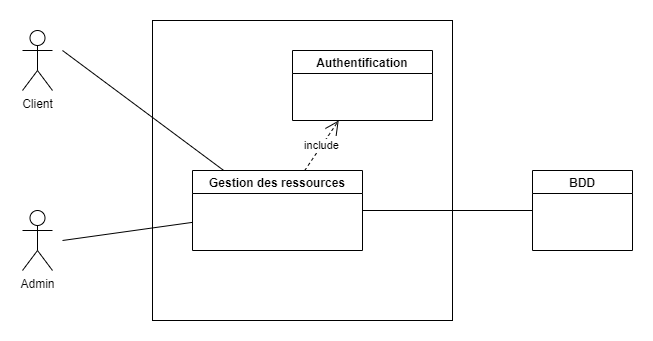
This is Diagrams/Package.png from Pierre-Ka/API-OP7, a draw.io export, as it was before one commit. Source tidied: cells renumbered, new cells last; positions are measured from the earlier drawing's top-left corner, leaving out a move shared by most shapes.
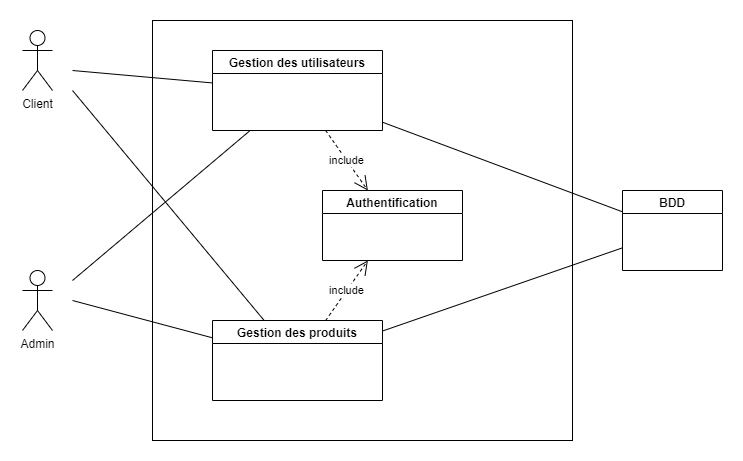
After the commit.

The edit, as a diff of the source:
```diff
@@ -3,38 +3,57 @@
     <mxCell id="0" />
     <mxCell id="1" parent="0" />
     <mxCell id="2" style="whiteSpace=wrap;html=1;" parent="1" vertex="1">
-      <mxGeometry x="130" width="300" height="300" as="geometry" />
+      <mxGeometry x="130" width="420" height="420" as="geometry" />
     </mxCell>
     <mxCell id="3" value="Authentification" style="swimlane;" parent="1" vertex="1">
-      <mxGeometry x="270" y="30" width="140" height="70" as="geometry" />
+      <mxGeometry x="300" y="170" width="140" height="70" as="geometry" />
     </mxCell>
-    <mxCell id="4" value="Gestion des ressources" style="swimlane;startSize=23;" parent="1" vertex="1">
-      <mxGeometry x="170" y="150" width="170" height="80" as="geometry" />
+    <mxCell id="4" value="Gestion des produits" style="swimlane;startSize=23;" parent="1" vertex="1">
+      <mxGeometry x="190" y="300" width="170" height="80" as="geometry" />
     </mxCell>
     <mxCell id="5" value="Admin" style="shape=umlActor;verticalLabelPosition=bottom;verticalAlign=top;html=1;" parent="1" vertex="1">
-      <mxGeometry y="190" width="30" height="60" as="geometry" />
+      <mxGeometry y="250" width="30" height="60" as="geometry" />
     </mxCell>
     <mxCell id="6" value="Client" style="shape=umlActor;verticalLabelPosition=bottom;verticalAlign=top;html=1;" parent="1" vertex="1">
       <mxGeometry y="10" width="30" height="60" as="geometry" />
     </mxCell>
     <mxCell id="7" style="endArrow=none;html=1;rounded=0;" parent="1" edge="1" target="4">
       <mxGeometry relative="1" as="geometry">
-        <mxPoint x="40" y="30" as="sourcePoint" />
+        <mxPoint x="50" y="70" as="sourcePoint" />
       </mxGeometry>
     </mxCell>
     <mxCell id="8" style="endArrow=none;html=1;rounded=0;" parent="1" edge="1" target="4">
       <mxGeometry relative="1" as="geometry">
-        <mxPoint x="40" y="220" as="sourcePoint" />
+        <mxPoint x="50" y="280" as="sourcePoint" />
       </mxGeometry>
     </mxCell>
     <mxCell id="9" value="include" style="endArrow=open;endSize=12;dashed=1;html=1;rounded=0;" parent="1" edge="1" source="4" target="3">
       <mxGeometry relative="1" as="geometry" />
     </mxCell>
     <mxCell id="10" value="BDD" style="swimlane;" parent="1" vertex="1">
-      <mxGeometry x="510" y="150" width="100" height="80" as="geometry" />
+      <mxGeometry x="600" y="170" width="100" height="80" as="geometry" />
     </mxCell>
     <mxCell id="11" style="endArrow=none;html=1;rounded=0;" parent="1" edge="1" source="4" target="10">
       <mxGeometry relative="1" as="geometry" />
     </mxCell>
+    <mxCell id="12" value="Gestion des utilisateurs" style="swimlane;startSize=23;" parent="1" vertex="1">
+      <mxGeometry x="190" y="30" width="170" height="80" as="geometry" />
+    </mxCell>
+    <mxCell id="13" value="include" style="endArrow=open;endSize=12;dashed=1;html=1;rounded=0;" parent="1" edge="1" source="12" target="3">
+      <mxGeometry relative="1" as="geometry" />
+    </mxCell>
+    <mxCell id="14" style="endArrow=none;html=1;rounded=0;" parent="1" edge="1" source="12" target="10">
+      <mxGeometry relative="1" as="geometry" />
+    </mxCell>
+    <mxCell id="15" style="endArrow=none;html=1;rounded=0;" parent="1" edge="1" target="12">
+      <mxGeometry relative="1" as="geometry">
+        <mxPoint x="50" y="50" as="sourcePoint" />
+      </mxGeometry>
+    </mxCell>
+    <mxCell id="16" style="endArrow=none;html=1;rounded=0;" parent="1" edge="1" target="12">
+      <mxGeometry relative="1" as="geometry">
+        <mxPoint x="50" y="260" as="sourcePoint" />
+      </mxGeometry>
+    </mxCell>
   </root>
 </mxGraphModel>
```
